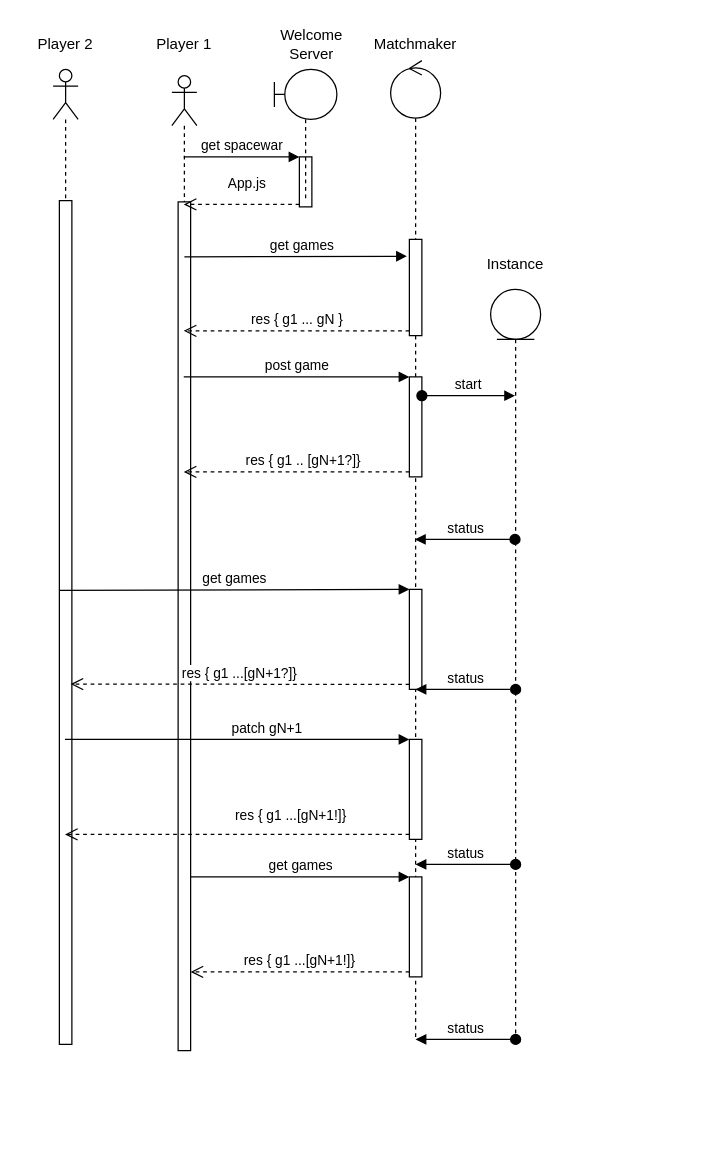
Above: page "Page-2" (2 of 2) of doc/spacewar-v4.drawio in markcornwell/spacewar (draw.io), before the change. Source tidied: cells renumbered, new cells numbered last; positions are measured from the earlier drawing's top-left corner, leaving out a move shared by most shapes. Both pictures are drawn from the tidied source at 125%, with x=0, y=0 at pixel (21, 31).
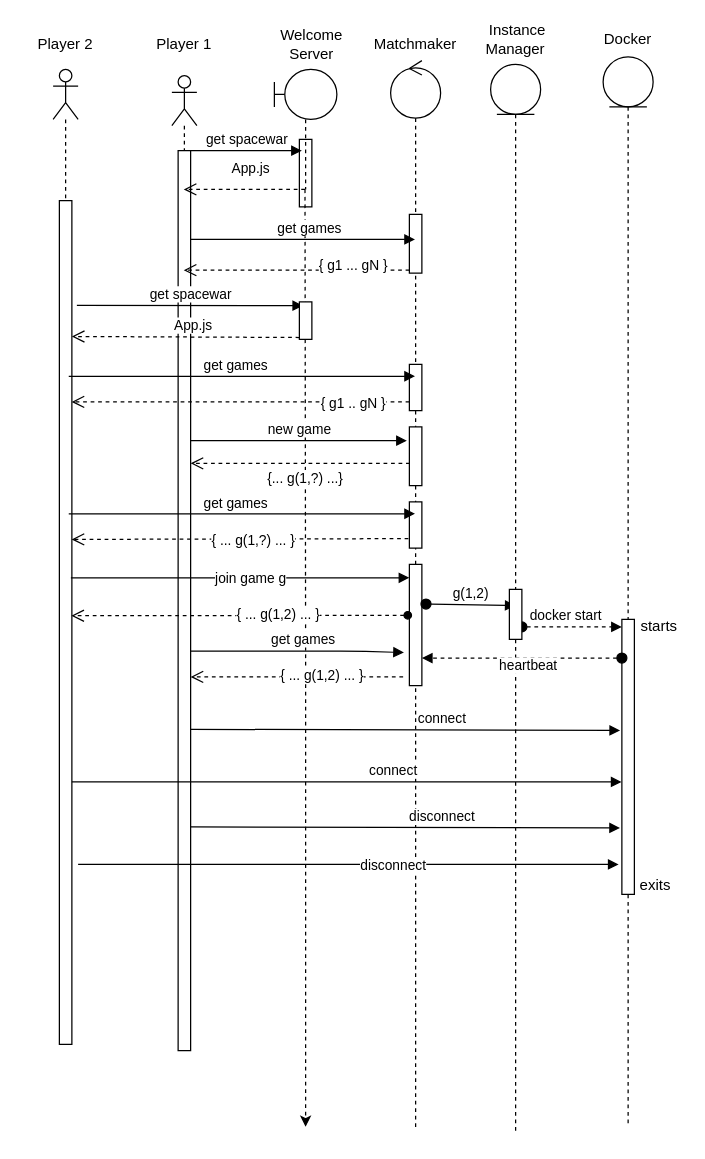
The same page after the edit.

The change refers to these unchanged cells:
```xml
<mxCell id="2" style="shape=umlLifeline;participant=umlActor;perimeter=lifelinePerimeter;whiteSpace=wrap;html=1;verticalAlign=top;spacingTop=36;labelBackgroundColor=#ffffff;outlineConnect=0;" parent="1" vertex="1">
  <mxGeometry x="120" y="35" width="20" height="780" as="geometry" />
</mxCell>
<mxCell id="10" style="shape=umlLifeline;participant=umlActor;perimeter=lifelinePerimeter;whiteSpace=wrap;html=1;verticalAlign=top;spacingTop=36;labelBackgroundColor=#ffffff;outlineConnect=0;" parent="1" vertex="1">
  <mxGeometry x="25" y="30" width="20" height="780" as="geometry" />
</mxCell>
<mxCell id="11" style="html=1;points=[];perimeter=orthogonalPerimeter;" parent="10" vertex="1">
  <mxGeometry x="5" y="105" width="10" height="675" as="geometry" />
</mxCell>
```

What changed in the source:
```diff
@@
     <mxCell id="3" style="html=1;points=[];perimeter=orthogonalPerimeter;" parent="2" vertex="1">
-      <mxGeometry x="5" y="101" width="10" height="679" as="geometry" />
+      <mxGeometry x="5" y="60" width="10" height="720" as="geometry" />
     </mxCell>
     <mxCell id="4" style="html=1;points=[];perimeter=orthogonalPerimeter;" parent="1" vertex="1">
-      <mxGeometry x="222" y="100" width="10" height="40" as="geometry" />
+      <mxGeometry x="222" y="86" width="10" height="54" as="geometry" />
     </mxCell>
-    <mxCell id="5" value="get spacewar" style="html=1;verticalAlign=bottom;endArrow=block;entryX=0;entryY=0;" parent="1" edge="1" source="2" target="4">
+    <mxCell id="5" value="get spacewar" style="html=1;verticalAlign=bottom;endArrow=block;entryX=0.2;entryY=0.167;entryDx=0;entryDy=0;entryPerimeter=0;" parent="1" edge="1" source="3" target="4">
       <mxGeometry relative="1" as="geometry" />
     </mxCell>
-    <mxCell id="6" value="App.js" style="html=1;verticalAlign=bottom;endArrow=open;dashed=1;endSize=8;exitX=0;exitY=0.95;" parent="1" edge="1" source="4" target="2">
-      <mxGeometry x="-0.1" y="-8" relative="1" as="geometry" />
+    <mxCell id="6" value="App.js" style="html=1;verticalAlign=bottom;endArrow=open;dashed=1;endSize=8;" parent="1" edge="1" source="7" target="2">
+      <mxGeometry x="-0.1" y="-8" relative="1" as="geometry">
+        <Array as="points">
+          <mxPoint x="165" y="126" />
+        </Array>
+      </mxGeometry>
     </mxCell>
+    <mxCell id="37" style="edgeStyle=orthogonalEdgeStyle;rounded=0;jettySize=auto;html=1;dashed=1;" parent="1" edge="1" source="7">
+      <mxGeometry relative="1" as="geometry">
+        <mxPoint x="227" y="876" as="targetPoint" />
+      </mxGeometry>
+    </mxCell>
     <mxCell id="7" style="shape=umlLifeline;participant=umlBoundary;perimeter=lifelinePerimeter;whiteSpace=wrap;html=1;verticalAlign=top;spacingTop=36;labelBackgroundColor=#ffffff;outlineConnect=0;" parent="1" vertex="1">
-      <mxGeometry x="202" y="30" width="50" height="106" as="geometry" />
+      <mxGeometry x="202" y="30" width="50" height="96" as="geometry" />
     </mxCell>
@@
     <mxCell id="13" style="shape=umlLifeline;participant=umlControl;perimeter=lifelinePerimeter;whiteSpace=wrap;html=1;verticalAlign=top;spacingTop=36;labelBackgroundColor=#ffffff;outlineConnect=0;size=46;" parent="1" vertex="1">
-      <mxGeometry x="295" y="23" width="40" height="783" as="geometry" />
+      <mxGeometry x="295" y="23" width="40" height="853" as="geometry" />
     </mxCell>
     <mxCell id="14" style="html=1;points=[];perimeter=orthogonalPerimeter;" parent="13" vertex="1">
-      <mxGeometry x="15" y="143" width="10" height="77" as="geometry" />
+      <mxGeometry x="15" y="123" width="10" height="47" as="geometry" />
     </mxCell>
     <mxCell id="15" style="html=1;points=[];perimeter=orthogonalPerimeter;" parent="13" vertex="1">
-      <mxGeometry x="15" y="253" width="10" height="80" as="geometry" />
+      <mxGeometry x="15" y="293" width="10" height="47" as="geometry" />
     </mxCell>
     <mxCell id="16" style="html=1;points=[];perimeter=orthogonalPerimeter;" parent="13" vertex="1">
-      <mxGeometry x="15" y="423" width="10" height="80" as="geometry" />
+      <mxGeometry x="15" y="403" width="10" height="97" as="geometry" />
     </mxCell>
-    <mxCell id="17" style="html=1;points=[];perimeter=orthogonalPerimeter;" parent="13" vertex="1">
-      <mxGeometry x="15" y="543" width="10" height="80" as="geometry" />
-    </mxCell>
-    <mxCell id="18" style="html=1;points=[];perimeter=orthogonalPerimeter;" parent="13" vertex="1">
-      <mxGeometry x="15" y="653" width="10" height="80" as="geometry" />
-    </mxCell>
+    <mxCell id="38" style="html=1;points=[];perimeter=orthogonalPerimeter;" parent="13" vertex="1">
+      <mxGeometry x="15" y="353" width="10" height="37" as="geometry" />
+    </mxCell>
+    <mxCell id="39" style="html=1;points=[];perimeter=orthogonalPerimeter;" parent="13" vertex="1">
+      <mxGeometry x="15" y="243" width="10" height="37" as="geometry" />
+    </mxCell>
-    <mxCell id="19" value="get games" style="html=1;verticalAlign=bottom;endArrow=block;entryX=-0.2;entryY=0.175;entryDx=0;entryDy=0;entryPerimeter=0;" parent="1" edge="1" target="14">
+    <mxCell id="19" value="get games" style="html=1;verticalAlign=bottom;endArrow=block;" parent="1" edge="1" source="3" target="13">
       <mxGeometry x="0.06" relative="1" as="geometry">
-        <mxPoint x="130" y="180" as="sourcePoint" />
+        <Array as="points">
+          <mxPoint x="265" y="166" />
+        </Array>
       </mxGeometry>
     </mxCell>
-    <mxCell id="20" value="res { g1 ... gN }" style="html=1;verticalAlign=bottom;endArrow=open;dashed=1;endSize=8;exitX=0;exitY=0.95;" parent="1" edge="1" source="14" target="2">
-      <mxGeometry relative="1" as="geometry" />
+    <mxCell id="20" value="{ g1 ... gN }" style="html=1;verticalAlign=bottom;endArrow=open;dashed=1;endSize=8;exitX=0;exitY=0.95;" parent="1" edge="1" source="14" target="2">
+      <mxGeometry x="-0.5" y="5" relative="1" as="geometry" />
     </mxCell>
@@
-    <mxCell id="22" value="post game" style="html=1;verticalAlign=bottom;endArrow=block;entryX=0;entryY=0;" parent="1" edge="1" source="2" target="15">
-      <mxGeometry relative="1" as="geometry" />
+    <mxCell id="22" value="new game" style="html=1;verticalAlign=bottom;endArrow=block;entryX=-0.2;entryY=0.234;entryDx=0;entryDy=0;entryPerimeter=0;" parent="1" edge="1" target="15">
+      <mxGeometry relative="1" as="geometry">
+        <mxPoint x="135" y="327" as="sourcePoint" />
+      </mxGeometry>
     </mxCell>
-    <mxCell id="23" value="res { g1 .. [gN+1?]}" style="html=1;verticalAlign=bottom;endArrow=open;dashed=1;endSize=8;exitX=0;exitY=0.95;" parent="1" edge="1" source="15" target="2">
-      <mxGeometry x="-0.06" relative="1" as="geometry" />
+    <mxCell id="23" value="&amp;nbsp;{... g(1,?) ...}" style="html=1;verticalAlign=bottom;endArrow=open;dashed=1;endSize=8;exitX=0.033;exitY=0.621;exitDx=0;exitDy=0;exitPerimeter=0;" parent="1" edge="1" source="15" target="3">
+      <mxGeometry x="-0.03" y="21" relative="1" as="geometry" />
     </mxCell>
     <mxCell id="24" style="shape=umlLifeline;participant=umlEntity;perimeter=lifelinePerimeter;whiteSpace=wrap;html=1;verticalAlign=top;spacingTop=36;labelBackgroundColor=#ffffff;outlineConnect=0;" parent="1" vertex="1">
-      <mxGeometry x="375" y="206" width="40" height="600" as="geometry" />
+      <mxGeometry x="375" y="26" width="40" height="853" as="geometry" />
     </mxCell>
-    <mxCell id="25" value="start" style="html=1;verticalAlign=bottom;startArrow=oval;startFill=1;endArrow=block;startSize=8;exitX=1;exitY=0.188;exitDx=0;exitDy=0;exitPerimeter=0;" parent="1" edge="1" source="15" target="24">
+    <mxCell id="25" value="g(1,2)" style="html=1;verticalAlign=bottom;startArrow=oval;startFill=1;endArrow=block;startSize=8;exitX=1.329;exitY=0.327;exitDx=0;exitDy=0;exitPerimeter=0;entryX=0.5;entryY=0.325;entryDx=0;entryDy=0;entryPerimeter=0;" parent="1" edge="1" source="16" target="51">
       <mxGeometry relative="1" as="geometry" />
     </mxCell>
-    <mxCell id="26" value="Instance" style="text;html=1;strokeColor=none;fillColor=none;align=center;verticalAlign=middle;whiteSpace=wrap;rounded=0;" parent="1" vertex="1">
-      <mxGeometry x="375" y="176" width="40" height="20" as="geometry" />
+    <mxCell id="26" value="&amp;nbsp;Instance Manager" style="text;html=1;strokeColor=none;fillColor=none;align=center;verticalAlign=middle;whiteSpace=wrap;rounded=0;" parent="1" vertex="1">
+      <mxGeometry x="375" y="-4" width="40" height="20" as="geometry" />
     </mxCell>
-    <mxCell id="27" value="get games" style="html=1;verticalAlign=bottom;endArrow=block;entryX=0;entryY=0;exitX=0;exitY=0.462;exitDx=0;exitDy=0;exitPerimeter=0;" parent="1" edge="1" source="11" target="16">
-      <mxGeometry relative="1" as="geometry" />
+    <mxCell id="27" value="join game g" style="html=1;verticalAlign=bottom;endArrow=block;exitX=0.92;exitY=0.447;exitDx=0;exitDy=0;exitPerimeter=0;" parent="1" edge="1" source="11" target="16">
+      <mxGeometry x="0.06" y="-9" relative="1" as="geometry" />
     </mxCell>
-    <mxCell id="28" value="res { g1 ...[gN+1?]}" style="html=1;verticalAlign=bottom;endArrow=open;dashed=1;endSize=8;exitX=0;exitY=0.95;entryX=0.9;entryY=0.573;entryDx=0;entryDy=0;entryPerimeter=0;" parent="1" edge="1" source="16" target="11">
-      <mxGeometry relative="1" as="geometry" />
+    <mxCell id="28" value="{ ... g(1,2) ... }" style="html=1;verticalAlign=bottom;endArrow=open;dashed=1;endSize=8;exitX=-0.133;exitY=0.479;exitDx=0;exitDy=0;exitPerimeter=0;entryX=0.96;entryY=0.492;entryDx=0;entryDy=0;entryPerimeter=0;startArrow=oval;startFill=1;" parent="1" edge="1" target="11">
+      <mxGeometry x="-0.23" y="8" relative="1" as="geometry">
+        <mxPoint x="308.7" y="466.7" as="sourcePoint" />
+      </mxGeometry>
     </mxCell>
-    <mxCell id="29" value="status" style="html=1;verticalAlign=bottom;startArrow=oval;startFill=1;endArrow=block;startSize=8;" parent="1" edge="1" source="24" target="13">
-      <mxGeometry relative="1" as="geometry">
-        <Array as="points">
-          <mxPoint x="365" y="406" />
-        </Array>
-      </mxGeometry>
-    </mxCell>
-    <mxCell id="30" value="patch gN+1" style="html=1;verticalAlign=bottom;endArrow=block;entryX=0;entryY=0;" parent="1" edge="1" source="10" target="17">
+    <mxCell id="30" value="connect" style="html=1;verticalAlign=bottom;endArrow=block;exitX=1.006;exitY=0.643;exitDx=0;exitDy=0;exitPerimeter=0;entryX=-0.141;entryY=0.404;entryDx=0;entryDy=0;entryPerimeter=0;" parent="1" edge="1" source="3" target="47">
       <mxGeometry x="0.17" relative="1" as="geometry" />
     </mxCell>
-    <mxCell id="31" value="res { g1 ...[gN+1!]}" style="html=1;verticalAlign=bottom;endArrow=open;dashed=1;endSize=8;exitX=0;exitY=0.95;" parent="1" edge="1" source="17" target="10">
-      <mxGeometry x="-0.31" y="-6" relative="1" as="geometry" />
-    </mxCell>
-    <mxCell id="32" value="status" style="html=1;verticalAlign=bottom;startArrow=oval;startFill=1;endArrow=block;startSize=8;" parent="1" edge="1">
-      <mxGeometry relative="1" as="geometry">
-        <mxPoint x="395" y="526" as="sourcePoint" />
-        <mxPoint x="315" y="526" as="targetPoint" />
-        <Array as="points">
-          <mxPoint x="365.5" y="526" />
-        </Array>
-      </mxGeometry>
-    </mxCell>
-    <mxCell id="33" value="status" style="html=1;verticalAlign=bottom;startArrow=oval;startFill=1;endArrow=block;startSize=8;" parent="1" edge="1">
-      <mxGeometry relative="1" as="geometry">
-        <mxPoint x="395" y="666" as="sourcePoint" />
-        <mxPoint x="315" y="666" as="targetPoint" />
-        <Array as="points">
-          <mxPoint x="365.5" y="666" />
-        </Array>
-      </mxGeometry>
-    </mxCell>
-    <mxCell id="34" value="status" style="html=1;verticalAlign=bottom;startArrow=oval;startFill=1;endArrow=block;startSize=8;" parent="1" edge="1">
-      <mxGeometry relative="1" as="geometry">
-        <mxPoint x="395" y="806" as="sourcePoint" />
-        <mxPoint x="315" y="806" as="targetPoint" />
-        <Array as="points">
-          <mxPoint x="365.5" y="806" />
-        </Array>
-      </mxGeometry>
-    </mxCell>
-    <mxCell id="35" value="get games" style="html=1;verticalAlign=bottom;endArrow=block;entryX=0;entryY=0;" parent="1" edge="1" source="3" target="18">
-      <mxGeometry relative="1" as="geometry" />
-    </mxCell>
-    <mxCell id="36" value="res { g1 ...[gN+1!]}" style="html=1;verticalAlign=bottom;endArrow=open;dashed=1;endSize=8;exitX=0;exitY=0.95;" parent="1" edge="1" source="18" target="3">
-      <mxGeometry relative="1" as="geometry" />
-    </mxCell>
+    <mxCell id="40" value="get spacewar" style="html=1;verticalAlign=bottom;endArrow=block;exitX=1.4;exitY=0.124;exitDx=0;exitDy=0;exitPerimeter=0;" parent="1" edge="1" source="11">
+      <mxGeometry relative="1" as="geometry">
+        <mxPoint x="225" y="219" as="targetPoint" />
+      </mxGeometry>
+    </mxCell>
+    <mxCell id="41" value="App.js" style="html=1;verticalAlign=bottom;endArrow=open;dashed=1;endSize=8;exitX=0;exitY=0.95;entryX=1;entryY=0.161;entryDx=0;entryDy=0;entryPerimeter=0;" parent="1" edge="1" source="42" target="11">
+      <mxGeometry x="-0.07" relative="1" as="geometry" />
+    </mxCell>
+    <mxCell id="42" style="html=1;points=[];perimeter=orthogonalPerimeter;" parent="1" vertex="1">
+      <mxGeometry x="222" y="216" width="10" height="30" as="geometry" />
+    </mxCell>
+    <mxCell id="43" value="get games" style="html=1;verticalAlign=bottom;endArrow=block;" parent="1" edge="1" target="13">
+      <mxGeometry x="-0.05" relative="1" as="geometry">
+        <mxPoint x="37.5" y="275.5" as="sourcePoint" />
+        <mxPoint x="1" as="offset" />
+      </mxGeometry>
+    </mxCell>
+    <mxCell id="44" value="docker start" style="html=1;verticalAlign=bottom;startArrow=oval;startFill=1;endArrow=block;startSize=8;dashed=1;" parent="1" edge="1" target="47">
+      <mxGeometry x="-0.12" relative="1" as="geometry">
+        <mxPoint x="400" y="476" as="sourcePoint" />
+      </mxGeometry>
+    </mxCell>
+    <mxCell id="45" value="{ g1 .. gN }" style="html=1;verticalAlign=bottom;endArrow=open;dashed=1;endSize=8;" parent="1" edge="1" source="39">
+      <mxGeometry x="-0.67" y="10" relative="1" as="geometry">
+        <mxPoint x="39.8" y="296" as="targetPoint" />
+      </mxGeometry>
+    </mxCell>
+    <mxCell id="46" style="shape=umlLifeline;participant=umlEntity;perimeter=lifelinePerimeter;whiteSpace=wrap;html=1;verticalAlign=top;spacingTop=36;labelBackgroundColor=#ffffff;" parent="1" vertex="1">
+      <mxGeometry x="465" y="20" width="40" height="856" as="geometry" />
+    </mxCell>
+    <mxCell id="47" style="html=1;points=[];perimeter=orthogonalPerimeter;" parent="46" vertex="1">
+      <mxGeometry x="15" y="450" width="10" height="220" as="geometry" />
+    </mxCell>
+    <mxCell id="48" value="Docker" style="text;html=1;strokeColor=none;fillColor=none;align=center;verticalAlign=middle;whiteSpace=wrap;rounded=0;" parent="1" vertex="1">
+      <mxGeometry x="465" y="-4" width="40" height="20" as="geometry" />
+    </mxCell>
+    <mxCell id="49" value="get games" style="html=1;verticalAlign=bottom;endArrow=block;" parent="1" edge="1" target="13">
+      <mxGeometry x="-0.05" relative="1" as="geometry">
+        <mxPoint x="37.5" y="385.5" as="sourcePoint" />
+        <mxPoint x="1" as="offset" />
+      </mxGeometry>
+    </mxCell>
+    <mxCell id="50" value="{ ... g(1,?) ... }" style="html=1;verticalAlign=bottom;endArrow=open;dashed=1;endSize=8;exitX=-0.08;exitY=0.795;exitDx=0;exitDy=0;exitPerimeter=0;" parent="1" edge="1" source="38">
+      <mxGeometry x="-0.08" y="10" relative="1" as="geometry">
+        <mxPoint x="39.8" y="406" as="targetPoint" />
+      </mxGeometry>
+    </mxCell>
+    <mxCell id="51" style="html=1;points=[];perimeter=orthogonalPerimeter;" parent="1" vertex="1">
+      <mxGeometry x="390" y="446" width="10" height="40" as="geometry" />
+    </mxCell>
+    <mxCell id="52" value="get games" style="html=1;verticalAlign=bottom;endArrow=block;entryX=-0.435;entryY=0.727;entryDx=0;entryDy=0;entryPerimeter=0;" parent="1" edge="1" target="16">
+      <mxGeometry x="0.06" relative="1" as="geometry">
+        <mxPoint x="135" y="495.4" as="sourcePoint" />
+        <Array as="points">
+          <mxPoint x="265" y="495.4" />
+        </Array>
+      </mxGeometry>
+    </mxCell>
+    <mxCell id="53" value="{ ... g(1,2) ... }" style="html=1;verticalAlign=bottom;endArrow=open;dashed=1;endSize=8;" parent="1" edge="1">
+      <mxGeometry x="-0.23" y="8" relative="1" as="geometry">
+        <mxPoint x="305" y="516" as="sourcePoint" />
+        <mxPoint x="135" y="516" as="targetPoint" />
+      </mxGeometry>
+    </mxCell>
+    <mxCell id="54" value="connect" style="html=1;verticalAlign=bottom;endArrow=block;entryX=-0.024;entryY=0.591;entryDx=0;entryDy=0;entryPerimeter=0;" parent="1" edge="1" source="11" target="47">
+      <mxGeometry x="0.17" relative="1" as="geometry" />
+    </mxCell>
+    <mxCell id="55" value="disconnect" style="html=1;verticalAlign=bottom;endArrow=block;exitX=1.006;exitY=0.643;exitDx=0;exitDy=0;exitPerimeter=0;entryX=-0.141;entryY=0.404;entryDx=0;entryDy=0;entryPerimeter=0;" parent="1" edge="1">
+      <mxGeometry x="0.17" relative="1" as="geometry">
+        <mxPoint x="135" y="636" as="sourcePoint" />
+        <mxPoint x="478.5" y="636.9" as="targetPoint" />
+      </mxGeometry>
+    </mxCell>
+    <mxCell id="56" value="disconnect" style="html=1;verticalAlign=bottom;endArrow=block;entryX=-0.259;entryY=0.891;entryDx=0;entryDy=0;entryPerimeter=0;" parent="1" edge="1" target="47">
+      <mxGeometry x="0.16" y="-10" relative="1" as="geometry">
+        <mxPoint x="45" y="666" as="sourcePoint" />
+        <mxPoint x="1" as="offset" />
+      </mxGeometry>
+    </mxCell>
+    <mxCell id="57" value="exits" style="text;html=1;strokeColor=none;fillColor=none;align=center;verticalAlign=middle;whiteSpace=wrap;rounded=0;" parent="1" vertex="1">
+      <mxGeometry x="487" y="673" width="40" height="20" as="geometry" />
+    </mxCell>
+    <mxCell id="58" value="starts" style="text;html=1;strokeColor=none;fillColor=none;align=center;verticalAlign=middle;whiteSpace=wrap;rounded=0;" parent="1" vertex="1">
+      <mxGeometry x="490" y="466" width="40" height="20" as="geometry" />
+    </mxCell>
+    <mxCell id="59" value="heartbeat" style="html=1;verticalAlign=bottom;startArrow=oval;startFill=1;endArrow=block;startSize=8;dashed=1;entryX=1;entryY=0.773;entryDx=0;entryDy=0;entryPerimeter=0;" parent="1" edge="1" source="47" target="16">
+      <mxGeometry x="-0.06" y="15" relative="1" as="geometry" />
+    </mxCell>
```
